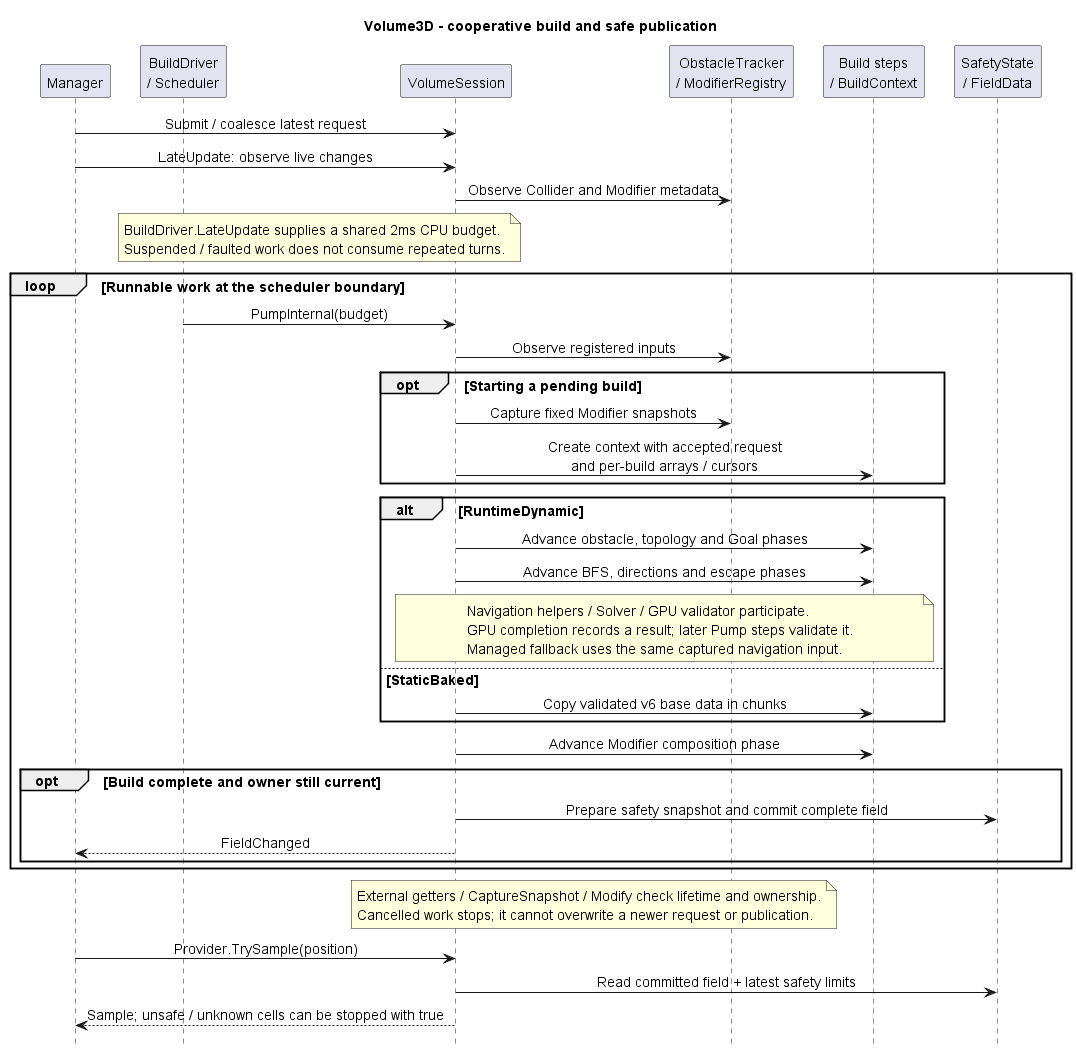
The PlantUML diagram ToyProject/Assets/_FlowField/Docs/Images/flowfield-volume.png in youwonsock/tool-unity-editor, before a commit.
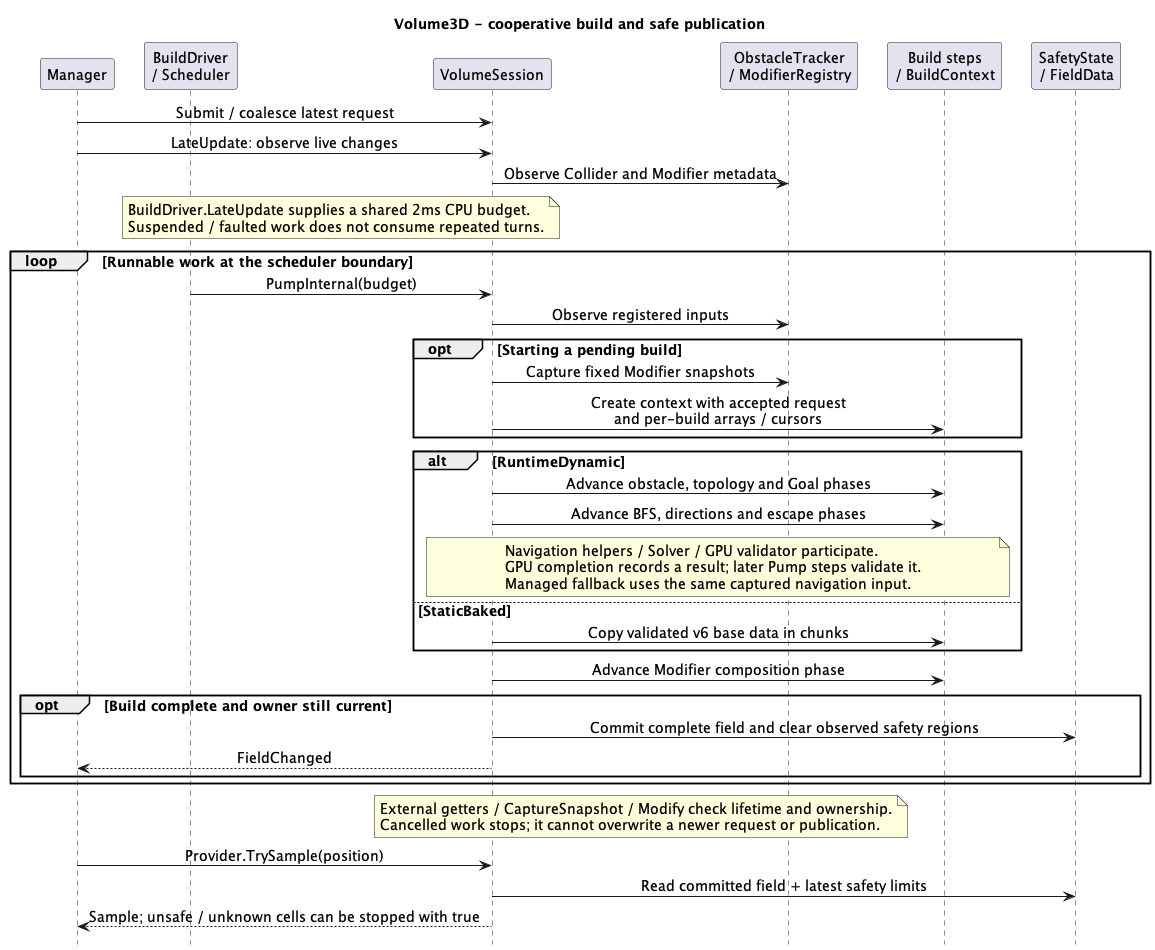
After the change.

Commit message:
FlowField 문서: 재조회 수정과 스냅샷 제거 반영

The edit, as a diff of the source:
```diff
@@ -35,7 +35,7 @@
   end
   S -> B : Advance Modifier composition phase
   opt Build complete and owner still current
-    S -> P : Prepare safety snapshot and commit complete field
+    S -> P : Commit complete field and clear observed safety regions
     S --> M : FieldChanged
   end
 end
```
